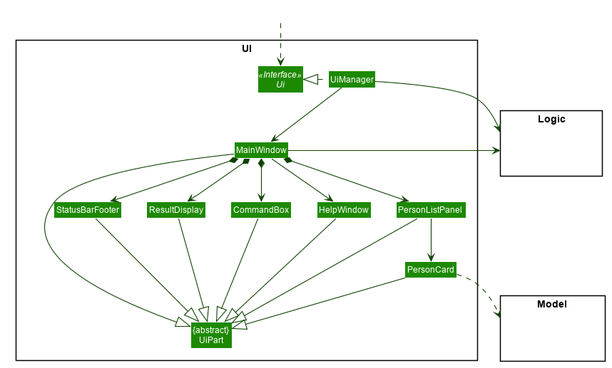
Above: images/UiClassDiagram.png in AY1920S1-CS2103T-T13-2/main (PlantUML), before the change. Its diagram source:
```plantuml
@startuml








skinparam BackgroundColor #FFFFFFF

skinparam Shadowing false

skinparam Class {
    FontColor #FFFFFF
    BorderThickness 1
    BorderColor #FFFFFF
    StereotypeFontColor #FFFFFF
    FontName Arial
}

skinparam Actor {
    BorderColor #000000
    Color #000000
    FontName Arial
}

skinparam Sequence {
    MessageAlign center
    BoxFontSize 15
    BoxPadding 0
    BoxFontColor #FFFFFF
    FontName Arial
}

skinparam Participant {
    FontColor #FFFFFFF
    Padding 20
}

skinparam MinClassWidth 50
skinparam ParticipantPadding 10
skinparam Shadowing false
skinparam DefaultTextAlignment center
skinparam packageStyle Rectangle

hide footbox
hide members
hide circle
skinparam arrowThickness 1.1
skinparam arrowColor #0E4100
skinparam classBackgroundColor #1D8900

package UI <<Rectangle>>{
Interface Ui <<Interface>>
Class "{abstract}\nUiPart" as UiPart
Class UiManager
Class MainWindow
Class HelpWindow
Class ResultDisplay
Class PersonListPanel
Class PersonCard
Class StatusBarFooter
Class CommandBox
}

package Model <<Rectangle>> {
Class HiddenModel #FFFFFF
}

package Logic <<Rectangle>> {
Class HiddenLogic #FFFFFF
}

Class HiddenOutside #FFFFFF
HiddenOutside ..> Ui

UiManager .left.|> Ui
UiManager -down-> MainWindow
MainWindow --> HelpWindow
MainWindow *-down-> CommandBox
MainWindow *-down-> ResultDisplay
MainWindow *-down-> PersonListPanel
MainWindow *-down-> StatusBarFooter

PersonListPanel -down-> PersonCard

MainWindow -left-|> UiPart

ResultDisplay --|> UiPart
CommandBox --|> UiPart
PersonListPanel --|> UiPart
PersonCard --|> UiPart
StatusBarFooter --|> UiPart
HelpWindow -down-|> UiPart

PersonCard ..> Model
UiManager -right-> Logic
MainWindow -left-> Logic

PersonListPanel -[hidden]left- HelpWindow
HelpWindow -[hidden]left- CommandBox
CommandBox -[hidden]left- ResultDisplay
ResultDisplay -[hidden]left- StatusBarFooter

MainWindow -[hidden]-|> UiPart
@enduml
```
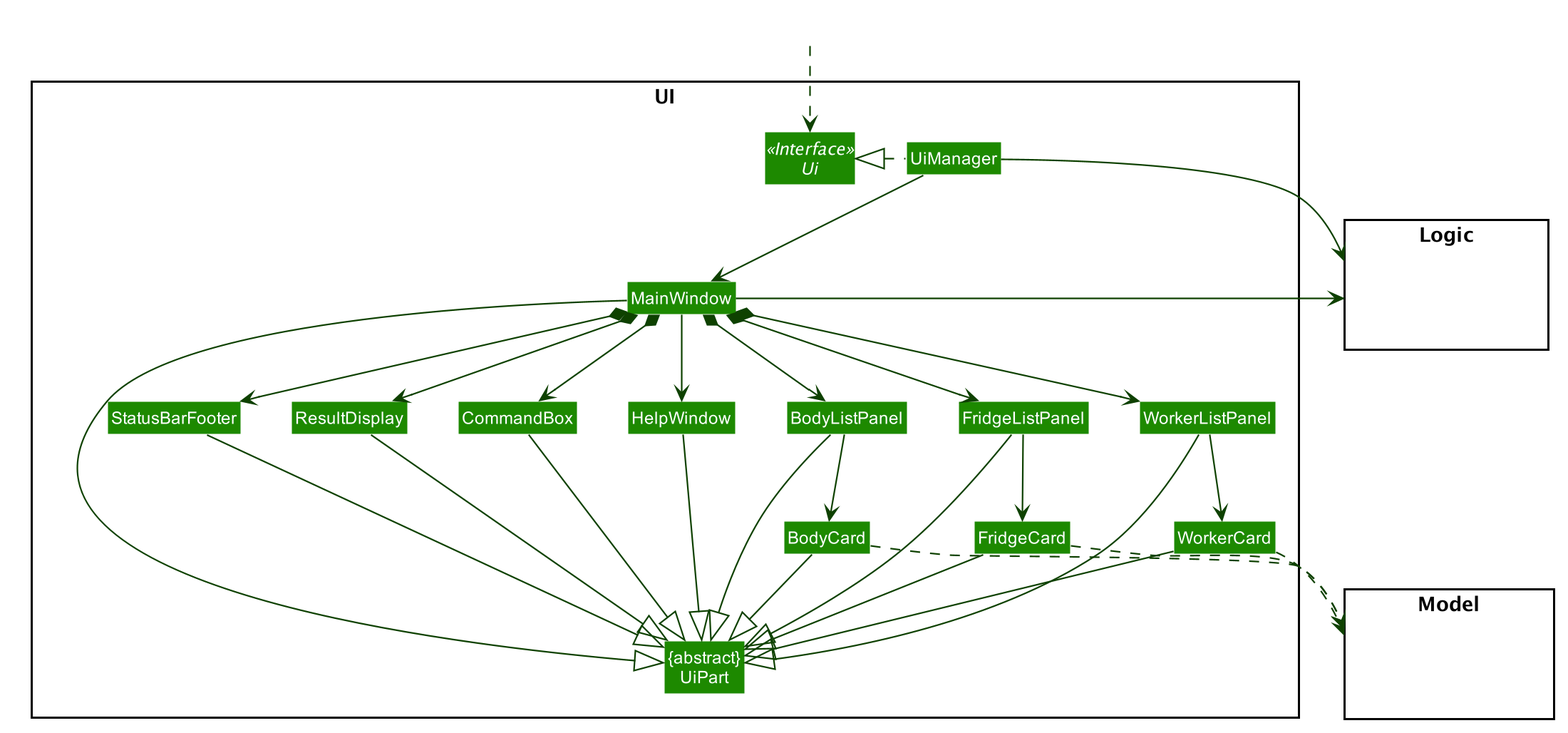
The same diagram one commit later.

Diff of the diagram source:
```diff
@@ -58,8 +58,12 @@
 Class MainWindow
 Class HelpWindow
 Class ResultDisplay
-Class PersonListPanel
-Class PersonCard
+Class BodyListPanel
+Class BodyCard
+Class FridgeListPanel
+Class FridgeCard
+Class WorkerListPanel
+Class WorkerCard
 Class StatusBarFooter
 Class CommandBox
 }
@@ -80,25 +84,35 @@
 MainWindow --> HelpWindow
 MainWindow *-down-> CommandBox
 MainWindow *-down-> ResultDisplay
-MainWindow *-down-> PersonListPanel
+MainWindow *-down-> BodyListPanel
+MainWindow *-down-> WorkerListPanel
+MainWindow *-down-> FridgeListPanel
 MainWindow *-down-> StatusBarFooter
 
-PersonListPanel -down-> PersonCard
+BodyListPanel -down-> BodyCard
+WorkerListPanel -down-> WorkerCard
+FridgeListPanel -down-> FridgeCard
 
 MainWindow -left-|> UiPart
 
 ResultDisplay --|> UiPart
 CommandBox --|> UiPart
-PersonListPanel --|> UiPart
-PersonCard --|> UiPart
+BodyListPanel --|> UiPart
+BodyCard --|> UiPart
+WorkerListPanel --|> UiPart
+WorkerCard --|> UiPart
+FridgeListPanel --|> UiPart
+FridgeCard --|> UiPart
 StatusBarFooter --|> UiPart
 HelpWindow -down-|> UiPart
 
-PersonCard ..> Model
+BodyCard ..> Model
+WorkerCard ..> Model
+FridgeCard ..> Model
 UiManager -right-> Logic
 MainWindow -left-> Logic
 
-PersonListPanel -[hidden]left- HelpWindow
+BodyListPanel -[hidden]left- HelpWindow
 HelpWindow -[hidden]left- CommandBox
 CommandBox -[hidden]left- ResultDisplay
 ResultDisplay -[hidden]left- StatusBarFooter
```
